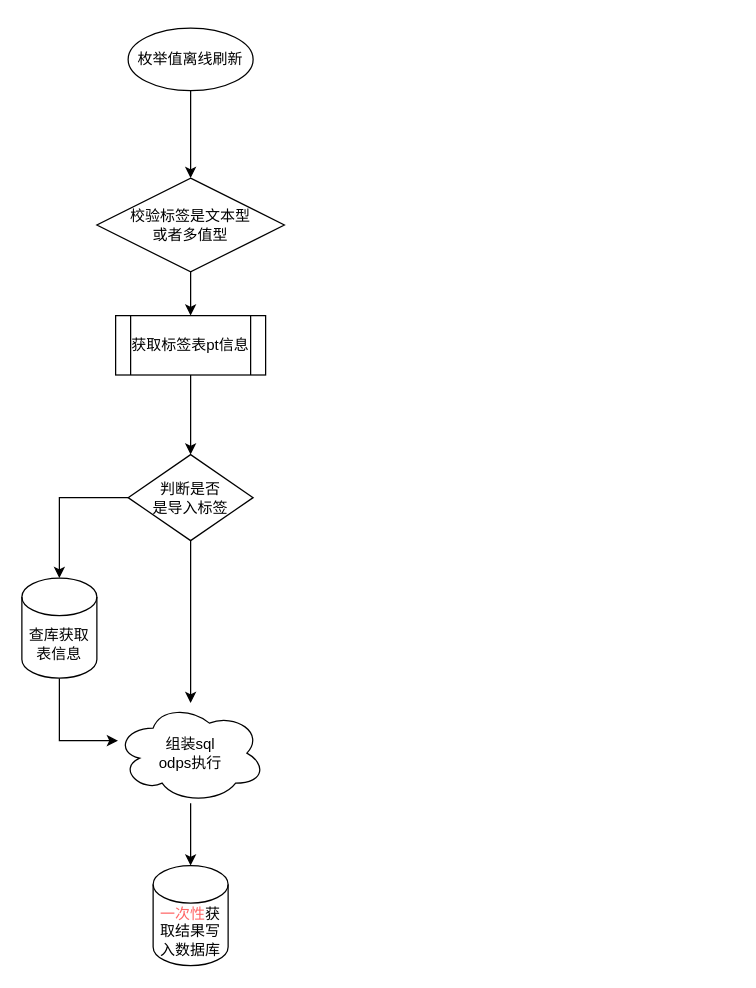
The draw.io diagram 枚举值当前刷新流程.drawio in 1418956397/JavaWeb-Project-Source-Share, before the edit. Source tidied: cells renumbered, new cells numbered last; positions are measured from the earlier drawing's top-left corner, leaving out a move shared by most shapes. Both pictures are drawn from the tidied source at 125%, with x=0, y=0 at pixel (21, 28).
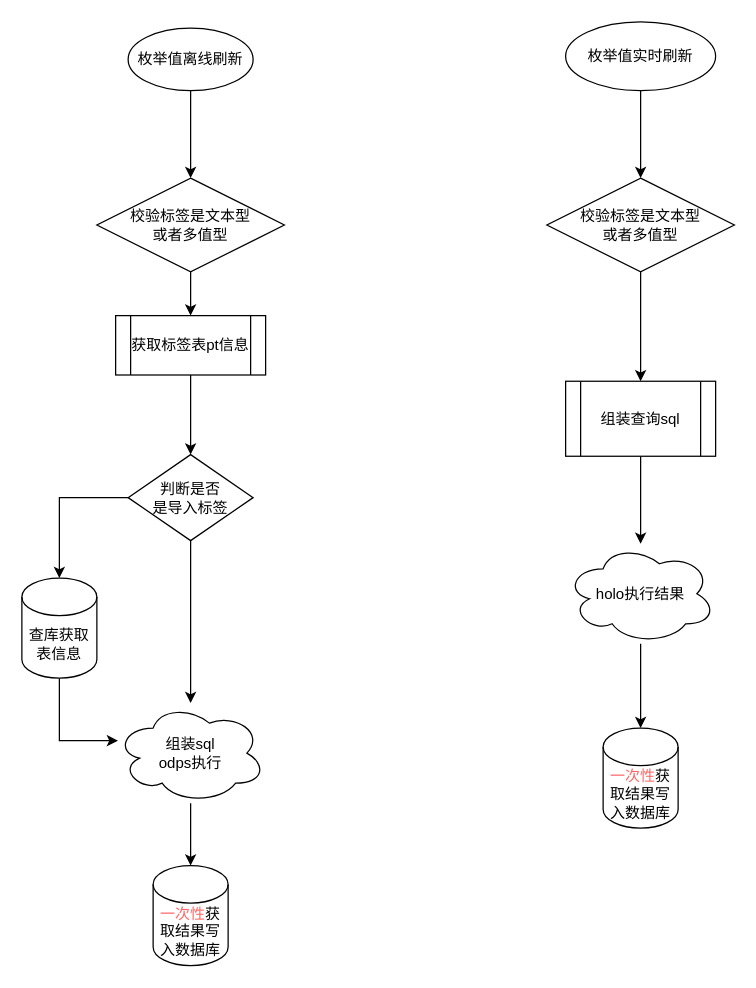
The same diagram, later.

Commit message (it also covers changes not shown here):
更新枚举值当前刷新流程.drawio

Diff of the diagram source:
```diff
@@
+    <mxCell id="16" style="edgeStyle=orthogonalEdgeStyle;rounded=0;jettySize=auto;html=1;" parent="1" edge="1" source="17" target="19">
+      <mxGeometry relative="1" as="geometry" />
+    </mxCell>
+    <mxCell id="17" value="枚举值实时刷新" style="ellipse;whiteSpace=wrap;html=1;" parent="1" vertex="1">
+      <mxGeometry x="435" y="-5" width="120" height="55" as="geometry" />
+    </mxCell>
+    <mxCell id="18" style="edgeStyle=orthogonalEdgeStyle;rounded=0;jettySize=auto;html=1;" parent="1" edge="1" source="19" target="21">
+      <mxGeometry relative="1" as="geometry" />
+    </mxCell>
+    <mxCell id="19" value="校验标签是文本型&lt;div&gt;或者多值型&lt;/div&gt;" style="rhombus;whiteSpace=wrap;html=1;" parent="1" vertex="1">
+      <mxGeometry x="420" y="120" width="150" height="75" as="geometry" />
+    </mxCell>
+    <mxCell id="20" style="edgeStyle=orthogonalEdgeStyle;rounded=0;jettySize=auto;html=1;" parent="1" edge="1" source="21" target="23">
+      <mxGeometry relative="1" as="geometry" />
+    </mxCell>
+    <mxCell id="21" value="组装查询sql" style="shape=process;whiteSpace=wrap;html=1;backgroundOutline=1;" parent="1" vertex="1">
+      <mxGeometry x="435" y="282.5" width="120" height="60" as="geometry" />
+    </mxCell>
+    <mxCell id="22" style="edgeStyle=orthogonalEdgeStyle;rounded=0;jettySize=auto;html=1;" parent="1" edge="1" source="23" target="24">
+      <mxGeometry relative="1" as="geometry" />
+    </mxCell>
+    <mxCell id="23" value="holo执行结果" style="ellipse;shape=cloud;whiteSpace=wrap;html=1;" parent="1" vertex="1">
+      <mxGeometry x="435" y="412.5" width="120" height="80" as="geometry" />
+    </mxCell>
+    <mxCell id="24" value="&lt;font style=&quot;color: rgb(255, 102, 102);&quot;&gt;一次性&lt;/font&gt;获取结果写入数据库" style="shape=cylinder3;whiteSpace=wrap;html=1;boundedLbl=1;backgroundOutline=1;size=15;" parent="1" vertex="1">
+      <mxGeometry x="465" y="560" width="60" height="80" as="geometry" />
+    </mxCell>
```
